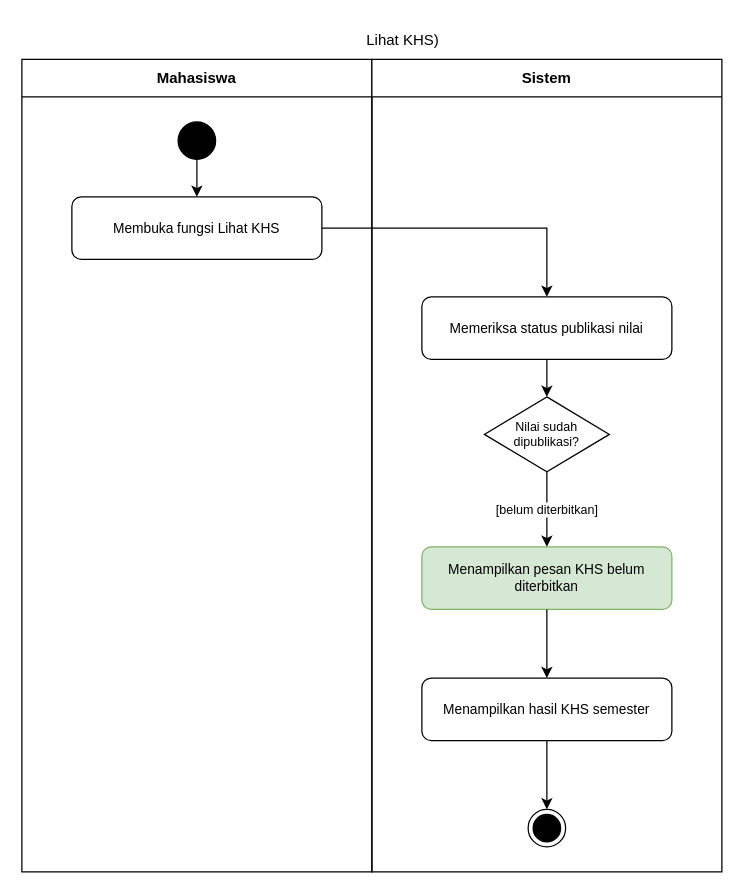
The draw.io diagram 04_model_analisis/P06/SIA/P06_2406120_SIA_Lihat KHS.drawio in 2406120-sys/-IFRWP5149_2406120_LabAlat.-, before the edit. Source tidied: cells renumbered, new cells numbered last; positions are measured from the earlier drawing's top-left corner, leaving out a move shared by most shapes. Both pictures are drawn from the tidied source at 125%, with x=0, y=0 at pixel (21, 21).
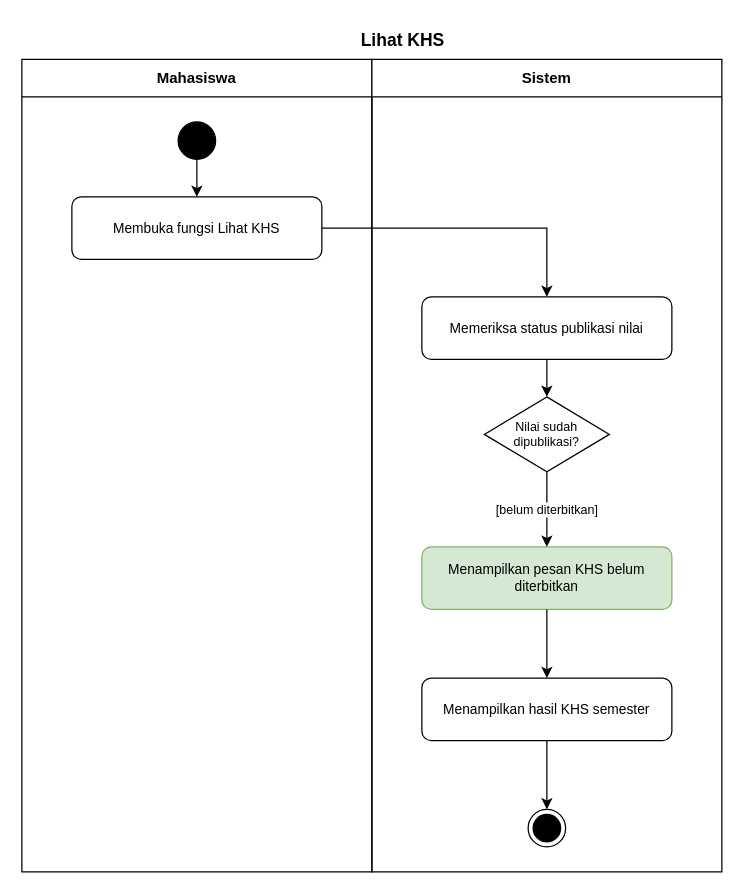
The same page after the edit.

Diff of the diagram source:
```diff
@@
 <mxGraphModel>
   <root>
     <mxCell id="0" />
     <mxCell id="1" parent="0" />
     <mxCell id="2" value="Mahasiswa" style="swimlane;whiteSpace=wrap;html=1;startSize=30;horizontal=1;fillColor=#ffffff;strokeColor=#000000;fontStyle=1;fontSize=12;" parent="1" vertex="1">
       <mxGeometry y="30" width="280" height="650" as="geometry" />
     </mxCell>
     <mxCell id="3" value="Sistem" style="swimlane;whiteSpace=wrap;html=1;startSize=30;horizontal=1;fillColor=#ffffff;strokeColor=#000000;fontStyle=1;fontSize=12;" parent="1" vertex="1">
       <mxGeometry x="280" y="30" width="280" height="650" as="geometry" />
     </mxCell>
     <mxCell id="4" style="ellipse;html=1;shape=endState;fillColor=#000000;strokeColor=#000000;" parent="3" vertex="1">
       <mxGeometry x="125" y="600" width="30" height="30" as="geometry" />
     </mxCell>
     <mxCell id="5" value="Menampilkan hasil KHS semester" style="rounded=1;whiteSpace=wrap;html=1;fillColor=#ffffff;strokeColor=#000000;fontSize=11;align=center;" parent="3" vertex="1">
       <mxGeometry x="40" y="495" width="200" height="50" as="geometry" />
     </mxCell>
     <mxCell id="6" style="edgeStyle=orthogonalEdgeStyle;rounded=0;html=1;endArrow=classic;strokeColor=#000000;" parent="3" edge="1" source="5" target="4">
       <mxGeometry x="-380" y="-40" as="geometry" />
     </mxCell>
     <mxCell id="7" value="Menampilkan pesan KHS belum diterbitkan" style="rounded=1;whiteSpace=wrap;html=1;fillColor=#d5e8d4;strokeColor=#82b366;fontSize=11;align=center;" parent="3" vertex="1">
       <mxGeometry x="40" y="390" width="200" height="50" as="geometry" />
     </mxCell>
     <mxCell id="8" style="edgeStyle=orthogonalEdgeStyle;rounded=0;html=1;endArrow=classic;strokeColor=#000000;fontSize=10;" parent="3" edge="1" source="7" target="5">
       <mxGeometry x="-380" y="-40" as="geometry" />
     </mxCell>
     <mxCell id="9" style="ellipse;whiteSpace=wrap;html=1;fillColor=#000000;strokeColor=#000000;" parent="1" vertex="1">
       <mxGeometry x="125" y="80" width="30" height="30" as="geometry" />
     </mxCell>
     <mxCell id="10" value="Membuka fungsi Lihat KHS" style="rounded=1;whiteSpace=wrap;html=1;fillColor=#ffffff;strokeColor=#000000;fontSize=11;align=center;" parent="1" vertex="1">
       <mxGeometry x="40" y="140" width="200" height="50" as="geometry" />
     </mxCell>
     <mxCell id="11" style="edgeStyle=orthogonalEdgeStyle;rounded=0;html=1;endArrow=classic;strokeColor=#000000;fontSize=10;" parent="1" edge="1" source="9" target="10">
       <mxGeometry as="geometry" />
     </mxCell>
     <mxCell id="12" value="Memeriksa status publikasi nilai" style="rounded=1;whiteSpace=wrap;html=1;fillColor=#ffffff;strokeColor=#000000;fontSize=11;align=center;" parent="1" vertex="1">
       <mxGeometry x="320" y="220" width="200" height="50" as="geometry" />
     </mxCell>
     <mxCell id="13" style="edgeStyle=orthogonalEdgeStyle;rounded=0;html=1;endArrow=classic;strokeColor=#000000;fontSize=10;" parent="1" edge="1" source="10" target="12">
       <mxGeometry as="geometry" />
     </mxCell>
     <mxCell id="14" value="Nilai sudah dipublikasi?" style="rhombus;whiteSpace=wrap;html=1;fillColor=#ffffff;strokeColor=#000000;fontSize=10;align=center;" parent="1" vertex="1">
       <mxGeometry x="370" y="300" width="100" height="60" as="geometry" />
     </mxCell>
     <mxCell id="15" style="edgeStyle=orthogonalEdgeStyle;rounded=0;html=1;endArrow=classic;strokeColor=#000000;fontSize=10;" parent="1" edge="1" source="12" target="14">
       <mxGeometry as="geometry" />
     </mxCell>
     <mxCell id="16" value="[belum diterbitkan]" style="edgeStyle=orthogonalEdgeStyle;rounded=0;html=1;endArrow=classic;strokeColor=#000000;fontSize=10;" parent="1" edge="1" source="14" target="7">
       <mxGeometry as="geometry" />
     </mxCell>
-    <mxCell id="17" value="Lihat KHS)" style="text;html=1;whiteSpace=wrap;strokeColor=none;fillColor=none;align=center;verticalAlign=middle;rounded=0;" parent="1" vertex="1">
+    <mxCell id="17" value="&lt;b&gt;&lt;font style=&quot;font-size: 14px;&quot;&gt;Lihat KHS&lt;/font&gt;&lt;/b&gt;" style="text;html=1;whiteSpace=wrap;strokeColor=none;fillColor=none;align=center;verticalAlign=middle;rounded=0;" parent="1" vertex="1">
       <mxGeometry x="230" width="150" height="30" as="geometry" />
     </mxCell>
   </root>
 </mxGraphModel>
```
